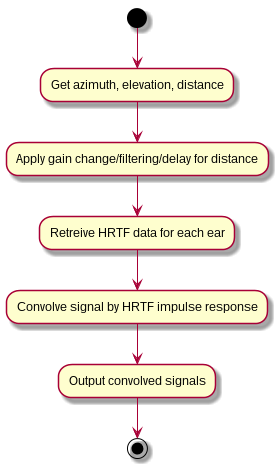
The PlantUML diagram HeadphonePan/HRTF_Pan.png in zacharyneveu/Matlab-Plugins, before a commit. The source it was exported from:
```plantuml
@startuml
(*) --> "Get azimuth, elevation, distance"
--> "Apply gain change/filtering/delay for distance"
--> "Retreive HRTF data for each ear"
--> "Convolve signal by HRTF impulse response"
--> "Output convolved signals"
--> (*)
@enduml
```
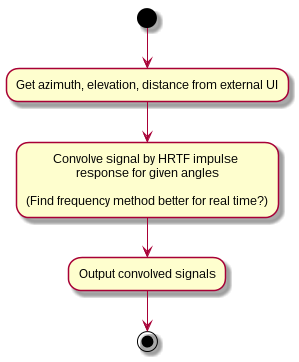
Later version of the same file.

Commit message:
Add to HRTF Idea

What changed in the source:
```diff
@@ -1,8 +1,7 @@
 @startuml
-(*) --> "Get azimuth, elevation, distance"
---> "Apply gain change/filtering/delay for distance"
---> "Retreive HRTF data for each ear"
---> "Convolve signal by HRTF impulse response"
+(*) --> "Get azimuth, elevation, distance from external UI"
+--> "Convolve signal by HRTF impulse \n response for given angles \n
+     (Find frequency method better for real time?)"
 --> "Output convolved signals"
 --> (*)
 @enduml
```
